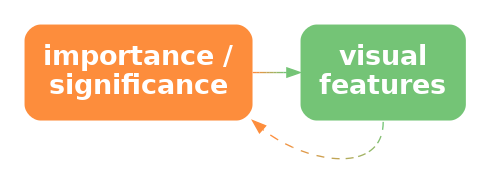
Earlier version of the Graphviz export Diagrams/imp-vis-decode.png (pmur002/hdvw). Its source is kept beside it as Diagrams/imp-vis-decode.dot.
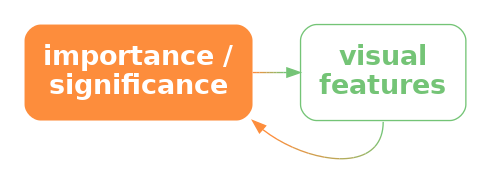
Above is the later version.

The edit, as a diff of the source:
```diff
@@ -3,7 +3,7 @@
   node [ fontsize=20; fontname="sans bold"; margin=.2 ];
   imp [ label="importance /\nsignificance"; shape=box; style="filled, rounded"; penwidth=0; fontcolor=white; fillcolor="#FD8D3C" ]
   vis [ label="visual\nfeatures"; shape=box;
-     style="filled, rounded"; penwidth=0; fontcolor=white; fillcolor="#74C476" ]
-  imp -> vis [ color="#FD8D3C;0.1:#EE9342;0.1:#DF9949;0.1:#CF9F4F;0.1:#C0A556;0.1:#B1AC5C;0.1:#A2B263;0.1:#92B869;0.1:#83BE70;0.1:#74C476;0.1" ]
-  vis:s -> imp:se [ style="dashed", color="#74C476;0.1:#83BE70;0.1:#92B869;0.1:#A2B263;0.1:#B1AC5C;0.1:#C0A556;0.1:#CF9F4F;0.1:#DF9949;0.1:#EE9342;0.1:#FD8D3C;0.1" ]
+     style="rounded"; color="#74C476"; fontcolor="#74C476" ]
+  imp -> vis [ style="bold"; penwidth=1; color="#FD8D3C;0.1:#EE9342;0.1:#DF9949;0.1:#CF9F4F;0.1:#C0A556;0.1:#B1AC5C;0.1:#A2B263;0.1:#92B869;0.1:#83BE70;0.1:#74C476;0.1" ]
+  vis:s -> imp:se [ style="solid", color="#74C476;0.1:#83BE70;0.1:#92B869;0.1:#A2B263;0.1:#B1AC5C;0.1:#C0A556;0.1:#CF9F4F;0.1:#DF9949;0.1:#EE9342;0.1:#FD8D3C;0.1" ]
 }
```
